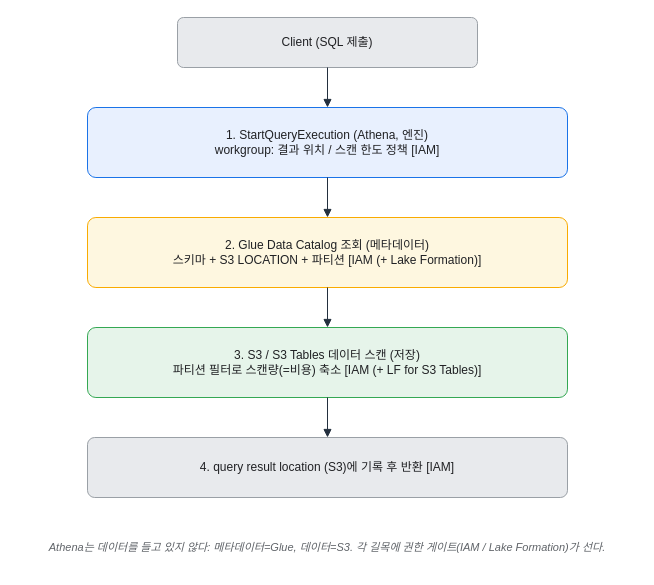
Above: assets/img/aws/analytics-stack-09-query-flow-gates.drawio in KKamJi98/kkamji98.github.io (draw.io), before the change. Source tidied: cells renumbered, new cells numbered last; positions are measured from the earlier drawing's top-left corner, leaving out a move shared by most shapes. Both pictures are drawn from the tidied source at 100%, with x=0, y=0 at pixel (17, 17).
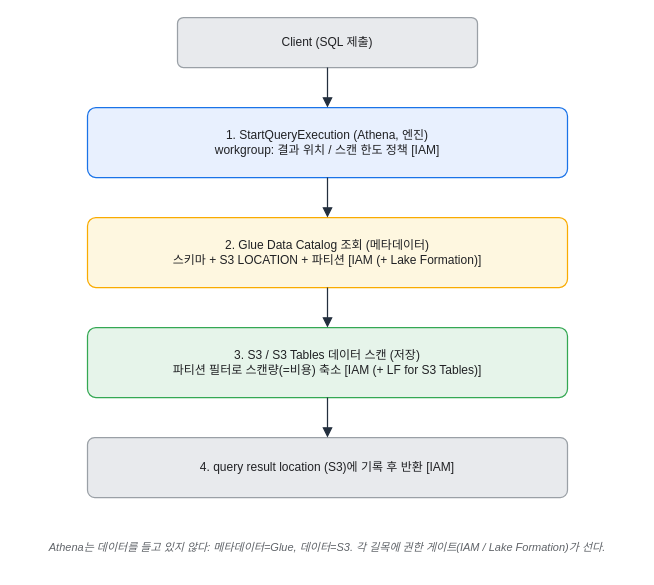
The same page after the edit.

Change to the diagram source:
```diff
@@
 <mxGraphModel background="#FFFFFF">
   <root>
     <mxCell id="0" />
     <mxCell id="1" parent="0" />
-    <mxCell id="2" value="Client (SQL 제출)" style="rounded=1;whiteSpace=wrap;html=0;arcSize=12;shadow=0;fillColor=#E8EAED;strokeColor=#9AA0A6;fontColor=#202124;" parent="1" vertex="1">
+    <mxCell id="2" value="Client (SQL 제출)" style="rounded=1;whiteSpace=wrap;html=0;arcSize=12;shadow=0;fillColor=#E8EAED;strokeColor=#9AA0A6;fontColor=#202124;strokeWidth=1.25;" parent="1" vertex="1">
       <mxGeometry x="160" width="300" height="50" as="geometry" />
     </mxCell>
-    <mxCell id="3" value="1. StartQueryExecution (Athena, 엔진)&#10;workgroup: 결과 위치 / 스캔 한도 정책   [IAM]" style="rounded=1;whiteSpace=wrap;html=0;arcSize=12;shadow=0;fillColor=#E8F0FE;strokeColor=#1A73E8;fontColor=#202124;" parent="1" vertex="1">
+    <mxCell id="3" value="1. StartQueryExecution (Athena, 엔진)&#10;workgroup: 결과 위치 / 스캔 한도 정책   [IAM]" style="rounded=1;whiteSpace=wrap;html=0;arcSize=12;shadow=0;fillColor=#E8F0FE;strokeColor=#1A73E8;fontColor=#202124;strokeWidth=1.25;" parent="1" vertex="1">
       <mxGeometry x="70" y="90" width="480" height="70" as="geometry" />
     </mxCell>
-    <mxCell id="4" value="2. Glue Data Catalog 조회 (메타데이터)&#10;스키마 + S3 LOCATION + 파티션   [IAM (+ Lake Formation)]" style="rounded=1;whiteSpace=wrap;html=0;arcSize=12;shadow=0;fillColor=#FEF7E0;strokeColor=#F9AB00;fontColor=#202124;" parent="1" vertex="1">
+    <mxCell id="4" value="2. Glue Data Catalog 조회 (메타데이터)&#10;스키마 + S3 LOCATION + 파티션   [IAM (+ Lake Formation)]" style="rounded=1;whiteSpace=wrap;html=0;arcSize=12;shadow=0;fillColor=#FEF7E0;strokeColor=#F9AB00;fontColor=#202124;strokeWidth=1.25;" parent="1" vertex="1">
       <mxGeometry x="70" y="200" width="480" height="70" as="geometry" />
     </mxCell>
-    <mxCell id="5" value="3. S3 / S3 Tables 데이터 스캔 (저장)&#10;파티션 필터로 스캔량(=비용) 축소   [IAM (+ LF for S3 Tables)]" style="rounded=1;whiteSpace=wrap;html=0;arcSize=12;shadow=0;fillColor=#E6F4EA;strokeColor=#34A853;fontColor=#202124;" parent="1" vertex="1">
+    <mxCell id="5" value="3. S3 / S3 Tables 데이터 스캔 (저장)&#10;파티션 필터로 스캔량(=비용) 축소   [IAM (+ LF for S3 Tables)]" style="rounded=1;whiteSpace=wrap;html=0;arcSize=12;shadow=0;fillColor=#E6F4EA;strokeColor=#34A853;fontColor=#202124;strokeWidth=1.25;" parent="1" vertex="1">
       <mxGeometry x="70" y="310" width="480" height="70" as="geometry" />
     </mxCell>
-    <mxCell id="6" value="4. query result location (S3)에 기록 후 반환   [IAM]" style="rounded=1;whiteSpace=wrap;html=0;arcSize=12;shadow=0;fillColor=#E8EAED;strokeColor=#9AA0A6;fontColor=#202124;" parent="1" vertex="1">
+    <mxCell id="6" value="4. query result location (S3)에 기록 후 반환   [IAM]" style="rounded=1;whiteSpace=wrap;html=0;arcSize=12;shadow=0;fillColor=#E8EAED;strokeColor=#9AA0A6;fontColor=#202124;strokeWidth=1.25;" parent="1" vertex="1">
       <mxGeometry x="70" y="420" width="480" height="60" as="geometry" />
     </mxCell>
-    <mxCell id="7" style="edgeStyle=orthogonalEdgeStyle;rounded=1;html=0;endArrow=block;strokeColor=#232F3E;" parent="1" edge="1" source="2" target="3">
+    <mxCell id="7" style="edgeStyle=orthogonalEdgeStyle;rounded=1;html=0;endArrow=block;strokeColor=#232F3E;strokeWidth=1.25;endSize=7;fontColor=#202124;" parent="1" edge="1" source="2" target="3">
       <mxGeometry relative="1" as="geometry" />
     </mxCell>
-    <mxCell id="8" style="edgeStyle=orthogonalEdgeStyle;rounded=1;html=0;endArrow=block;strokeColor=#232F3E;" parent="1" edge="1" source="3" target="4">
+    <mxCell id="8" style="edgeStyle=orthogonalEdgeStyle;rounded=1;html=0;endArrow=block;strokeColor=#232F3E;strokeWidth=1.25;endSize=7;fontColor=#202124;" parent="1" edge="1" source="3" target="4">
       <mxGeometry relative="1" as="geometry" />
     </mxCell>
-    <mxCell id="9" style="edgeStyle=orthogonalEdgeStyle;rounded=1;html=0;endArrow=block;strokeColor=#232F3E;" parent="1" edge="1" source="4" target="5">
+    <mxCell id="9" style="edgeStyle=orthogonalEdgeStyle;rounded=1;html=0;endArrow=block;strokeColor=#232F3E;strokeWidth=1.25;endSize=7;fontColor=#202124;" parent="1" edge="1" source="4" target="5">
       <mxGeometry relative="1" as="geometry" />
     </mxCell>
-    <mxCell id="10" style="edgeStyle=orthogonalEdgeStyle;rounded=1;html=0;endArrow=block;strokeColor=#232F3E;" parent="1" edge="1" source="5" target="6">
+    <mxCell id="10" style="edgeStyle=orthogonalEdgeStyle;rounded=1;html=0;endArrow=block;strokeColor=#232F3E;strokeWidth=1.25;endSize=7;fontColor=#202124;" parent="1" edge="1" source="5" target="6">
       <mxGeometry relative="1" as="geometry" />
     </mxCell>
     <mxCell id="11" value="Athena는 데이터를 들고 있지 않다: 메타데이터=Glue, 데이터=S3. 각 길목에 권한 게이트(IAM / Lake Formation)가 선다." style="text;html=0;align=center;verticalAlign=middle;whiteSpace=wrap;fontSize=11;fontColor=#5F6368;fontStyle=2;" parent="1" vertex="1">
       <mxGeometry y="510" width="620" height="40" as="geometry" />
     </mxCell>
   </root>
 </mxGraphModel>
```
